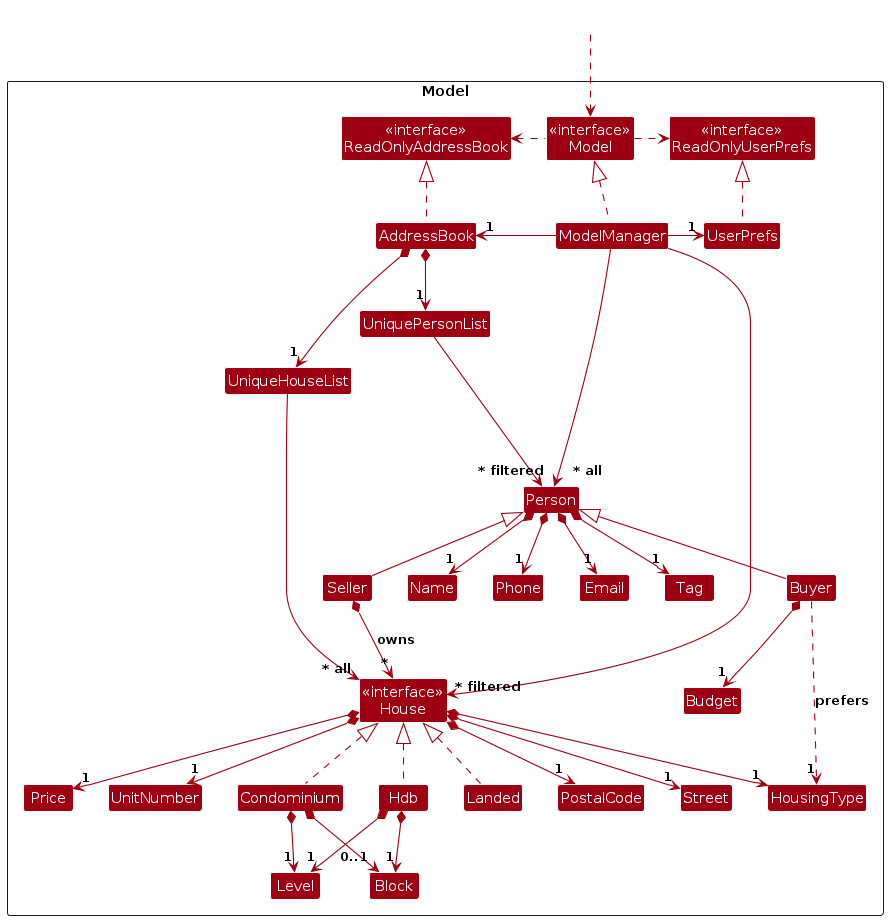
Earlier version of the PlantUML export diagrams/ModelClassDiagram.png (lokidoki102/tp). Its source is kept beside it as diagrams/ModelClassDiagram.puml.
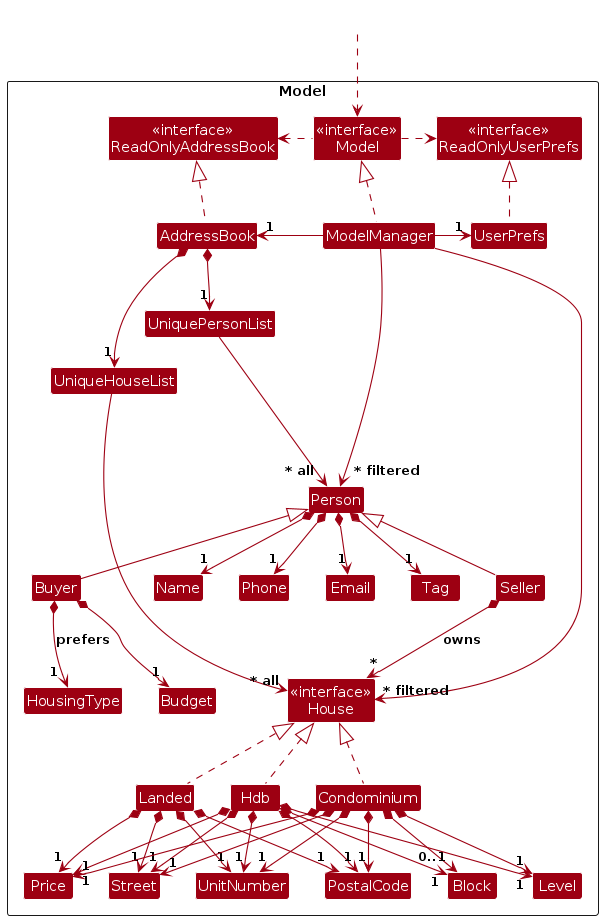
Above is the later version.

What changed in the source:
```diff
@@ -56,18 +56,25 @@
 Person *--> "1" Phone
 Person *--> "1" Email
 Person *--> "1" Tag
-House *--> "1" PostalCode
-House *--> "1" UnitNumber
-House *--> "1" Street
-House *--> "1" Price
-House *--> "1" HousingType
+Hdb *--> "1" PostalCode
+Condominium *--> "1" PostalCode
+Landed *--> "1" PostalCode
+Hdb *--> "1" UnitNumber
+Condominium *--> "1" UnitNumber
+Landed *--> "1" UnitNumber
+Hdb *--> "1" Street
+Condominium *--> "1" Street
+Landed *--> "1" Street
+Hdb *--> "1" Price
+Condominium *--> "1" Price
+Landed *--> "1" Price
 Condominium *--> "0..1" Block
 Condominium *--> "1" Level
 Hdb *--> "1" Block
 Hdb *--> "1" Level
 Seller *--> "*" House : owns
 Buyer *--> "1" Budget
-Buyer ..> "1" HousingType : prefers
+Buyer *--> "      1" HousingType : prefers
 AddressBook *--> "1" UniqueHouseList
 UniqueHouseList --> "~* all" House
 
```
